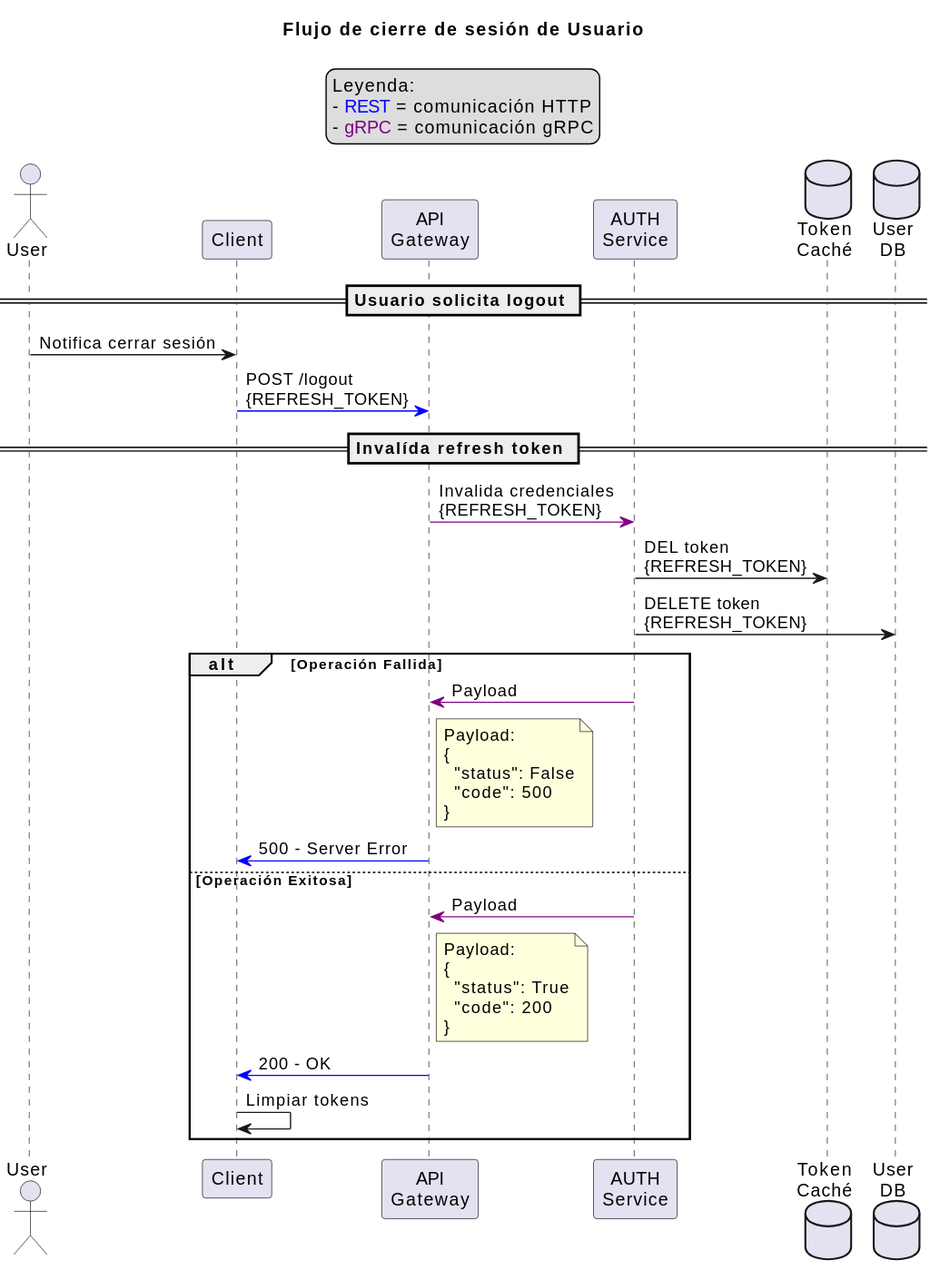
The PlantUML diagram diagrams/logout_flow.svg in P4blo003/ikaros, before a commit.
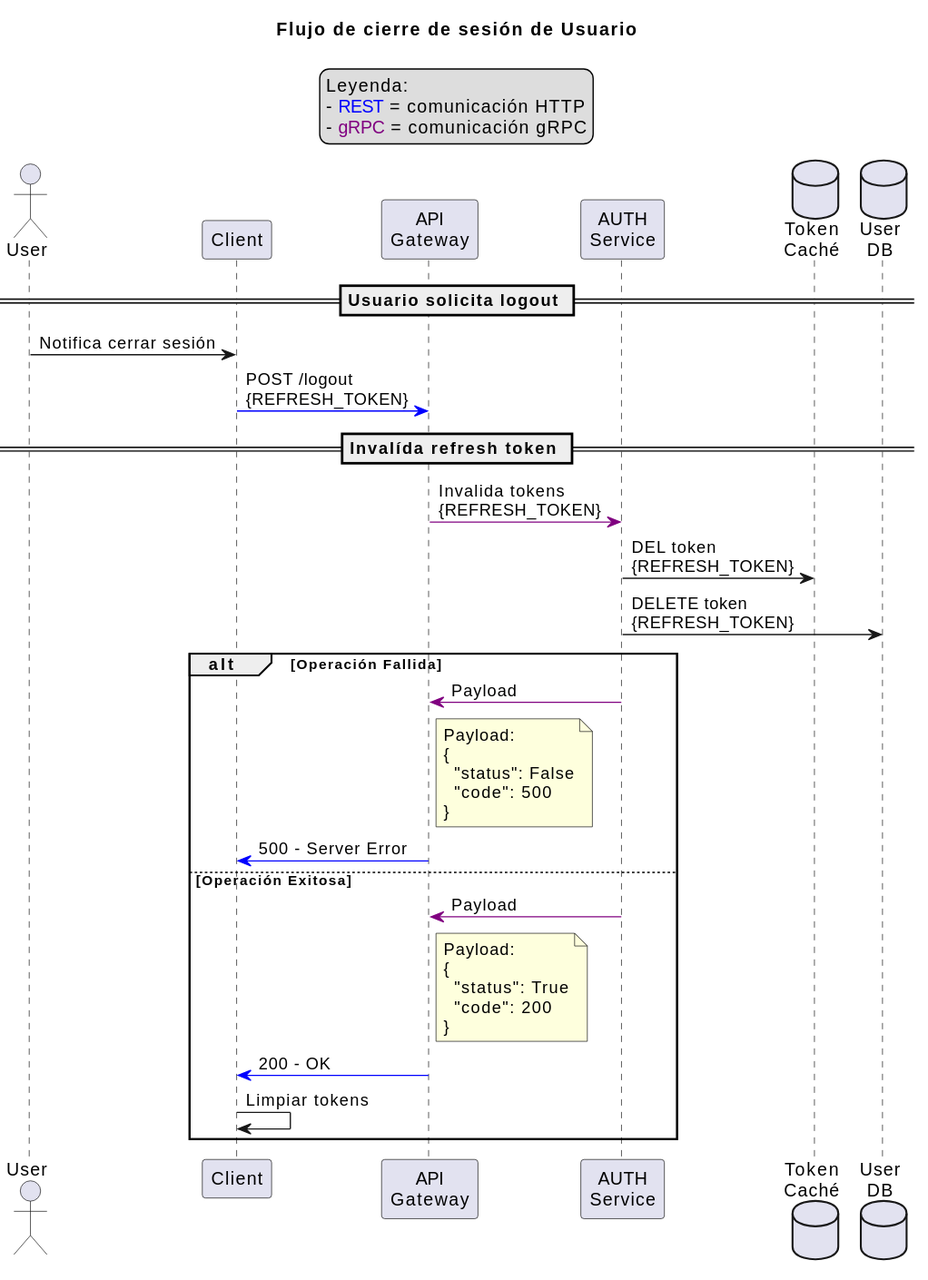
The same diagram one commit later.

Commit message:
docs(logout): Modificar diagrama de flujo para cerrar sesión de usuario.

The edit, as a diff of the source:
```diff
@@ -24,7 +24,7 @@
 
 == Invalída refresh token ==
 
-gateway-[#purple]>auth: Invalida credenciales\n{REFRESH_TOKEN}
+gateway-[#purple]>auth: Invalida tokens\n{REFRESH_TOKEN}
 auth->tokenCache: DEL token\n{REFRESH_TOKEN}
 auth->userDB: DELETE token\n{REFRESH_TOKEN}
 
```
